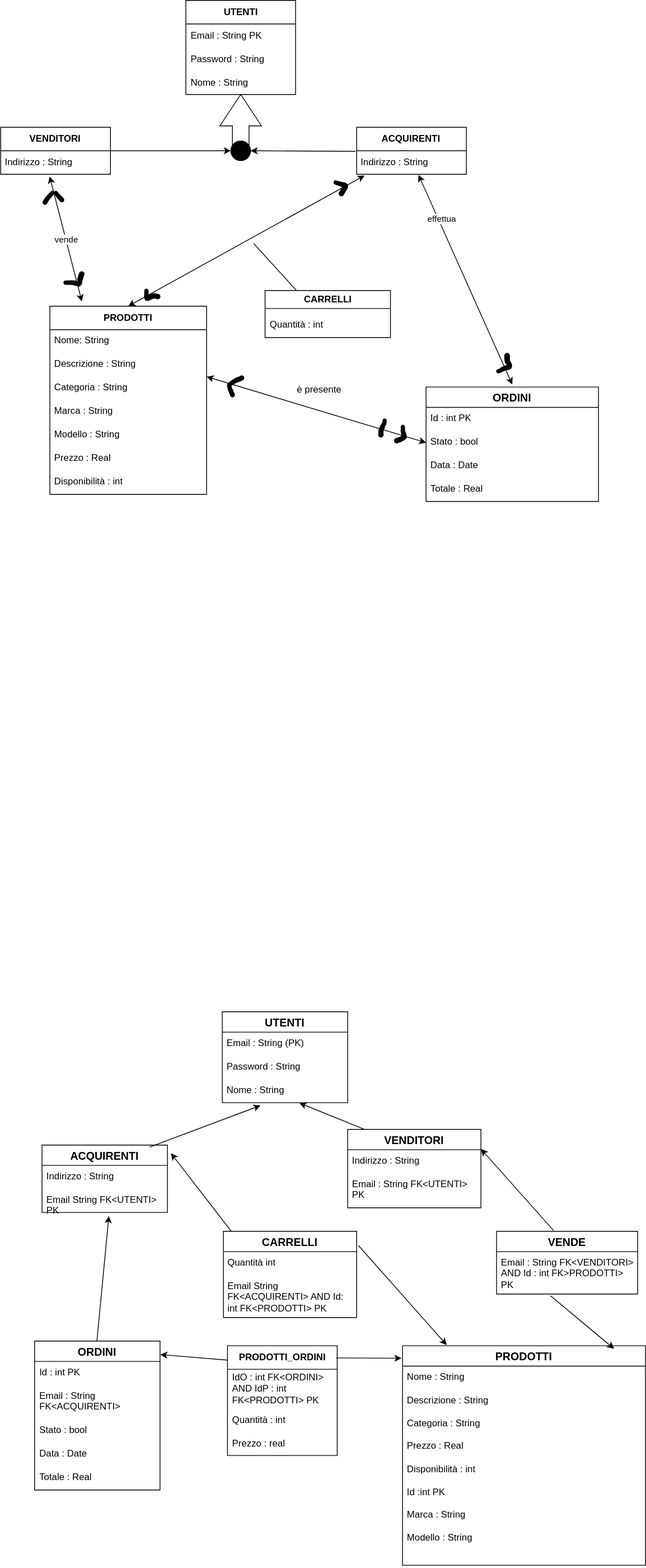
Before: 2023-2024/Basi di Dati/Progetto/Diagramma E-Commerce.svg, a diagram exported from draw.io (paolotito1803/Informatica). Source tidied: cells renumbered, new cells last; positions are measured from the earlier drawing's top-left corner, leaving out a move shared by most shapes.
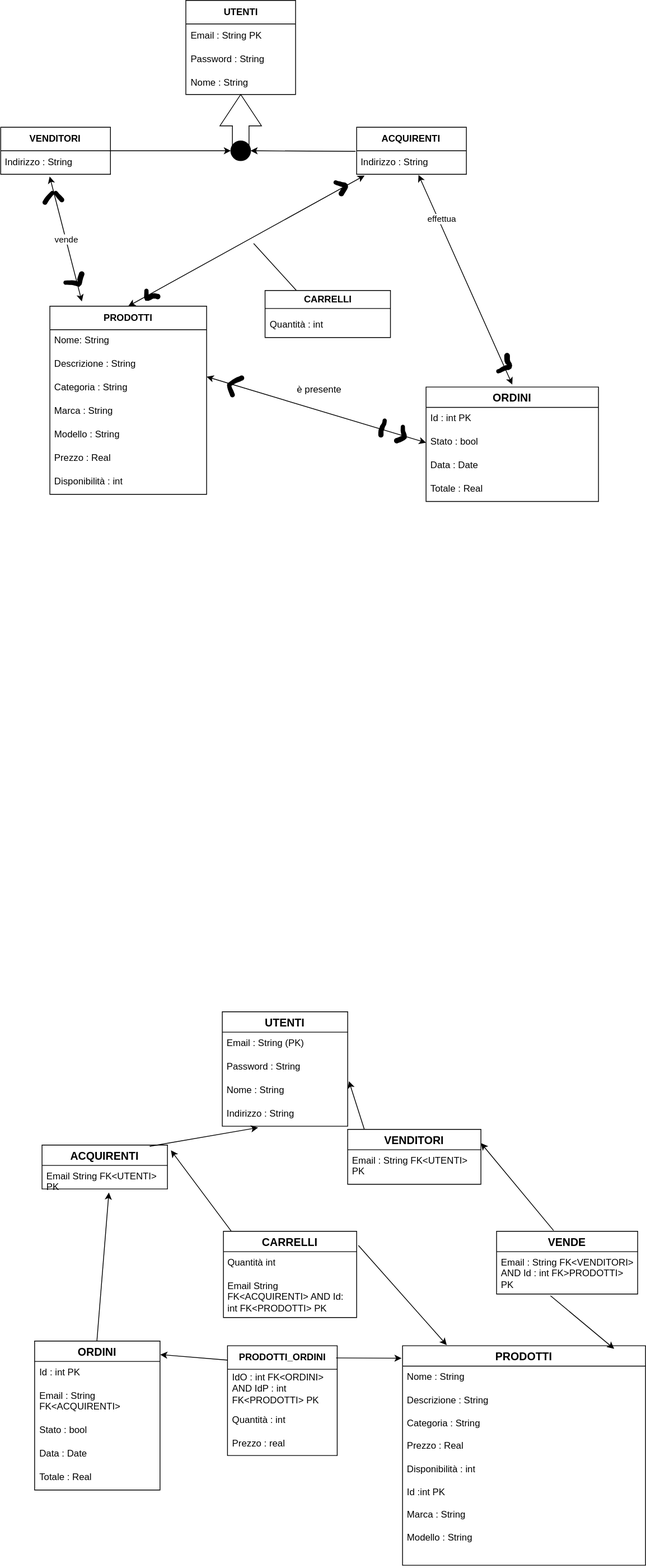
The same diagram one commit later.

Commit message:
Aggiornamento schema

Diff of the diagram source:
```diff
@@ -37,7 +37,7 @@
       </mxGeometry>
     </mxCell>
     <mxCell id="12" value="UTENTI" style="swimlane;fontStyle=1;horizontal=1;startSize=26;align=center;fontSize=14;" parent="1" vertex="1">
-      <mxGeometry x="283" y="1290" width="160" height="116" as="geometry" />
+      <mxGeometry x="283" y="1290" width="160" height="146" as="geometry" />
     </mxCell>
     <mxCell id="13" value="Email : String (PK)" style="text;strokeColor=none;fillColor=none;spacingLeft=4;spacingRight=4;overflow=hidden;fontSize=12;whiteSpace=wrap;html=1;" parent="12" vertex="1">
       <mxGeometry y="26" width="160" height="30" as="geometry" />
@@ -48,23 +48,20 @@
     <mxCell id="15" value="Nome : String" style="text;strokeColor=none;fillColor=none;spacingLeft=4;spacingRight=4;overflow=hidden;points=[[0,0.5],[1,0.5]];portConstraint=eastwest;fontSize=12;whiteSpace=wrap;html=1;" parent="12" vertex="1">
       <mxGeometry y="86" width="160" height="30" as="geometry" />
     </mxCell>
+    <mxCell id="17" value="Indirizzo : String" style="text;strokeColor=none;fillColor=none;spacingLeft=4;spacingRight=4;overflow=hidden;points=[[0,0.5],[1,0.5]];portConstraint=eastwest;fontSize=12;whiteSpace=wrap;html=1;" parent="12" vertex="1">
+      <mxGeometry y="116" width="160" height="30" as="geometry" />
+    </mxCell>
     <mxCell id="16" value="ACQUIRENTI" style="swimlane;fontStyle=1;horizontal=1;startSize=26;align=center;fontSize=14;" parent="1" vertex="1">
-      <mxGeometry x="53" y="1460" width="160" height="86" as="geometry" />
+      <mxGeometry x="53" y="1460" width="160" height="56" as="geometry" />
     </mxCell>
-    <mxCell id="17" value="Indirizzo : String" style="text;strokeColor=none;fillColor=none;spacingLeft=4;spacingRight=4;overflow=hidden;points=[[0,0.5],[1,0.5]];portConstraint=eastwest;fontSize=12;whiteSpace=wrap;html=1;" parent="16" vertex="1">
-      <mxGeometry y="26" width="160" height="30" as="geometry" />
-    </mxCell>
     <mxCell id="18" value="Email String FK&amp;lt;UTENTI&amp;gt; PK" style="text;strokeColor=none;fillColor=none;spacingLeft=4;spacingRight=4;overflow=hidden;points=[[0,0.5],[1,0.5]];portConstraint=eastwest;fontSize=12;whiteSpace=wrap;html=1;" parent="16" vertex="1">
-      <mxGeometry y="56" width="160" height="30" as="geometry" />
+      <mxGeometry y="26" width="160" height="30" as="geometry" />
     </mxCell>
     <mxCell id="19" value="VENDITORI" style="swimlane;fontStyle=1;horizontal=1;startSize=26;align=center;fontSize=14;" parent="1" vertex="1">
-      <mxGeometry x="443" y="1440" width="170" height="100" as="geometry" />
+      <mxGeometry x="443" y="1440" width="170" height="70" as="geometry" />
     </mxCell>
-    <mxCell id="20" value="Indirizzo : String" style="text;strokeColor=none;fillColor=none;spacingLeft=4;spacingRight=4;overflow=hidden;fontSize=12;whiteSpace=wrap;html=1;" parent="19" vertex="1">
-      <mxGeometry y="26" width="170" height="30" as="geometry" />
-    </mxCell>
     <mxCell id="21" value="Email : String FK&amp;lt;UTENTI&amp;gt; PK" style="text;strokeColor=none;fillColor=none;spacingLeft=4;spacingRight=4;overflow=hidden;fontSize=12;whiteSpace=wrap;html=1;" parent="19" vertex="1">
-      <mxGeometry y="56" width="170" height="44" as="geometry" />
+      <mxGeometry y="26" width="170" height="44" as="geometry" />
     </mxCell>
     <mxCell id="22" value="ORDINI" style="swimlane;fontStyle=1;horizontal=1;startSize=26;align=center;fontSize=14;" parent="1" vertex="1">
       <mxGeometry x="43.5" y="1710" width="160" height="190" as="geometry" />
@@ -105,10 +102,10 @@
     <mxCell id="34" value="Email String FK&amp;lt;ACQUIRENTI&amp;gt; AND Id: int FK&amp;lt;PRODOTTI&amp;gt; PK" style="text;strokeColor=none;fillColor=none;spacingLeft=4;spacingRight=4;overflow=hidden;fontSize=12;whiteSpace=wrap;html=1;" parent="32" vertex="1">
       <mxGeometry y="56" width="170" height="54" as="geometry" />
     </mxCell>
-    <mxCell id="35" style="endArrow=classic;html=1;rounded=0;exitX=0.858;exitY=0.03;exitDx=0;exitDy=0;exitPerimeter=0;entryX=0.305;entryY=1.12;entryDx=0;entryDy=0;entryPerimeter=0;" parent="1" edge="1" source="16" target="15">
+    <mxCell id="35" style="endArrow=classic;html=1;rounded=0;exitX=0.858;exitY=0.03;exitDx=0;exitDy=0;exitPerimeter=0;entryX=0.285;entryY=1.06;entryDx=0;entryDy=0;entryPerimeter=0;" parent="1" edge="1" source="16" target="17">
       <mxGeometry relative="1" as="geometry" />
     </mxCell>
-    <mxCell id="36" style="endArrow=classic;html=1;rounded=0;exitX=0.125;exitY=0;exitDx=0;exitDy=0;exitPerimeter=0;entryX=0.615;entryY=1.013;entryDx=0;entryDy=0;entryPerimeter=0;" parent="1" edge="1" source="19" target="15">
+    <mxCell id="36" style="endArrow=classic;html=1;rounded=0;exitX=0.125;exitY=0;exitDx=0;exitDy=0;exitPerimeter=0;entryX=1.01;entryY=0.087;entryDx=0;entryDy=0;entryPerimeter=0;" parent="1" edge="1" source="19" target="15">
       <mxGeometry relative="1" as="geometry" />
     </mxCell>
     <mxCell id="37" style="endArrow=classic;html=1;rounded=0;entryX=0.533;entryY=1.153;entryDx=0;entryDy=0;entryPerimeter=0;" parent="1" edge="1" target="18">
```
